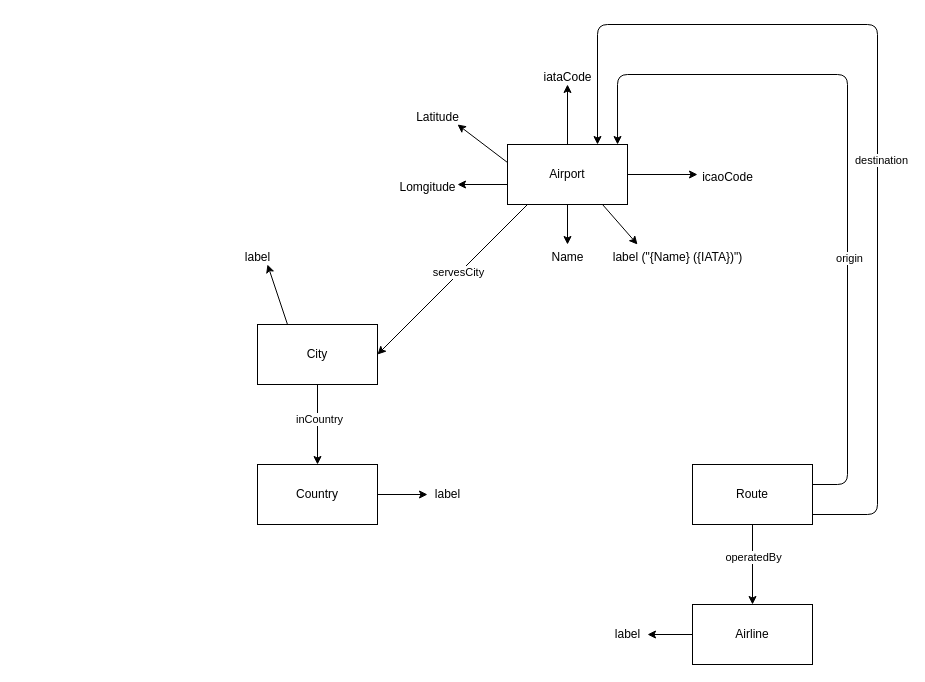
The draw.io diagram Final_Project/figures/airports_rml_mapping.drawio in sodonne6/CS7IS1_Knowledge_-_Data_Engineering, before the edit. Source tidied: cells renumbered, new cells numbered last; positions are measured from the earlier drawing's top-left corner, leaving out a move shared by most shapes. Both pictures are drawn from the tidied source at 100%, with x=0, y=0 at pixel (232, 24).
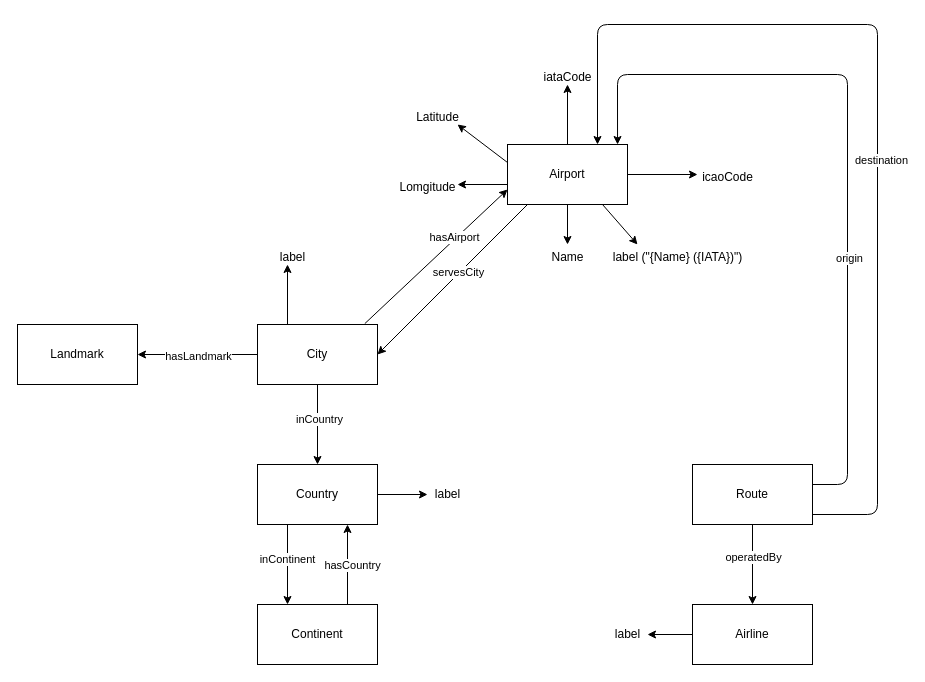
Above is the later version.

Commit message (it also covers changes not shown here):
shacl shape uploaded and passed - need to figure out how to make chowlk diagram

Unchanged cells that the change refers to:
```xml
<mxCell id="2" value="Airport" style="rounded=0;whiteSpace=wrap;html=1;" parent="1" vertex="1">
  <mxGeometry x="275" y="120" width="120" height="60" as="geometry" />
</mxCell>
<mxCell id="19" value="City" style="rounded=0;whiteSpace=wrap;html=1;" parent="1" vertex="1">
  <mxGeometry x="25" y="300" width="120" height="60" as="geometry" />
</mxCell>
<mxCell id="22" value="Country" style="rounded=0;whiteSpace=wrap;html=1;" parent="1" vertex="1">
  <mxGeometry x="25" y="440" width="120" height="60" as="geometry" />
</mxCell>
```

The edit, as a diff of the source:
```diff
@@
+    <mxCell id="35" style="edgeStyle=none;html=1;" parent="1" edge="1" source="19" target="42">
+      <mxGeometry relative="1" as="geometry" />
+    </mxCell>
+    <mxCell id="36" value="hasLandmark" style="edgeLabel;html=1;align=center;verticalAlign=middle;" parent="35" vertex="1">
+      <mxGeometry y="1" relative="1" as="geometry" />
+    </mxCell>
@@
-    <mxCell id="20" style="endArrow=classic;html=1;" parent="1" edge="1">
+    <mxCell id="20" style="endArrow=classic;html=1;entryX=0.4;entryY=0.733;entryDx=0;entryDy=0;entryPerimeter=0;" parent="1" edge="1" target="21">
       <mxGeometry relative="1" as="geometry">
         <mxPoint x="55" y="300" as="sourcePoint" />
-        <mxPoint x="35" y="240" as="targetPoint" />
       </mxGeometry>
     </mxCell>
     <mxCell id="21" value="label" style="text;html=1;align=center;verticalAlign=middle;points=[];strokeColor=none;fillColor=none;" parent="1" vertex="1">
-      <mxGeometry y="218" width="50" height="30" as="geometry" />
+      <mxGeometry x="35" y="218" width="50" height="30" as="geometry" />
     </mxCell>
+    <mxCell id="37" style="edgeStyle=none;html=1;exitX=0.25;exitY=1;exitDx=0;exitDy=0;entryX=0.25;entryY=0;entryDx=0;entryDy=0;" parent="1" edge="1" source="22" target="41">
+      <mxGeometry relative="1" as="geometry" />
+    </mxCell>
+    <mxCell id="38" value="inContinent" style="edgeLabel;html=1;align=center;verticalAlign=middle;" parent="37" vertex="1">
+      <mxGeometry x="-0.12" y="-1" relative="1" as="geometry">
+        <mxPoint y="-1" as="offset" />
+      </mxGeometry>
+    </mxCell>
@@
+    <mxCell id="39" style="edgeStyle=none;html=1;exitX=0.75;exitY=0;exitDx=0;exitDy=0;entryX=0.75;entryY=1;entryDx=0;entryDy=0;" parent="1" edge="1" source="41" target="22">
+      <mxGeometry relative="1" as="geometry" />
+    </mxCell>
+    <mxCell id="40" value="hasCountry" style="edgeLabel;html=1;align=center;verticalAlign=middle;" parent="39" vertex="1">
+      <mxGeometry x="-0.02" y="-4" relative="1" as="geometry">
+        <mxPoint y="-1" as="offset" />
+      </mxGeometry>
+    </mxCell>
+    <mxCell id="41" value="Continent" style="whiteSpace=wrap;html=1;rounded=0;" parent="1" vertex="1">
+      <mxGeometry x="25" y="580" width="120" height="60" as="geometry" />
+    </mxCell>
+    <mxCell id="42" value="Landmark" style="whiteSpace=wrap;html=1;rounded=0;" parent="1" vertex="1">
+      <mxGeometry x="-215" y="300" width="120" height="60" as="geometry" />
+    </mxCell>
+    <mxCell id="43" style="endArrow=classic;html=1;entryX=0;entryY=0.75;entryDx=0;entryDy=0;exitX=0.894;exitY=-0.014;exitDx=0;exitDy=0;exitPerimeter=0;" parent="1" edge="1" source="19" target="2">
+      <mxGeometry relative="1" as="geometry" />
+    </mxCell>
+    <mxCell id="44" value="hasAirport" style="edgeLabel;html=1;align=center;verticalAlign=middle;" parent="43" vertex="1">
+      <mxGeometry x="0.27" y="2" relative="1" as="geometry" />
+    </mxCell>
```
